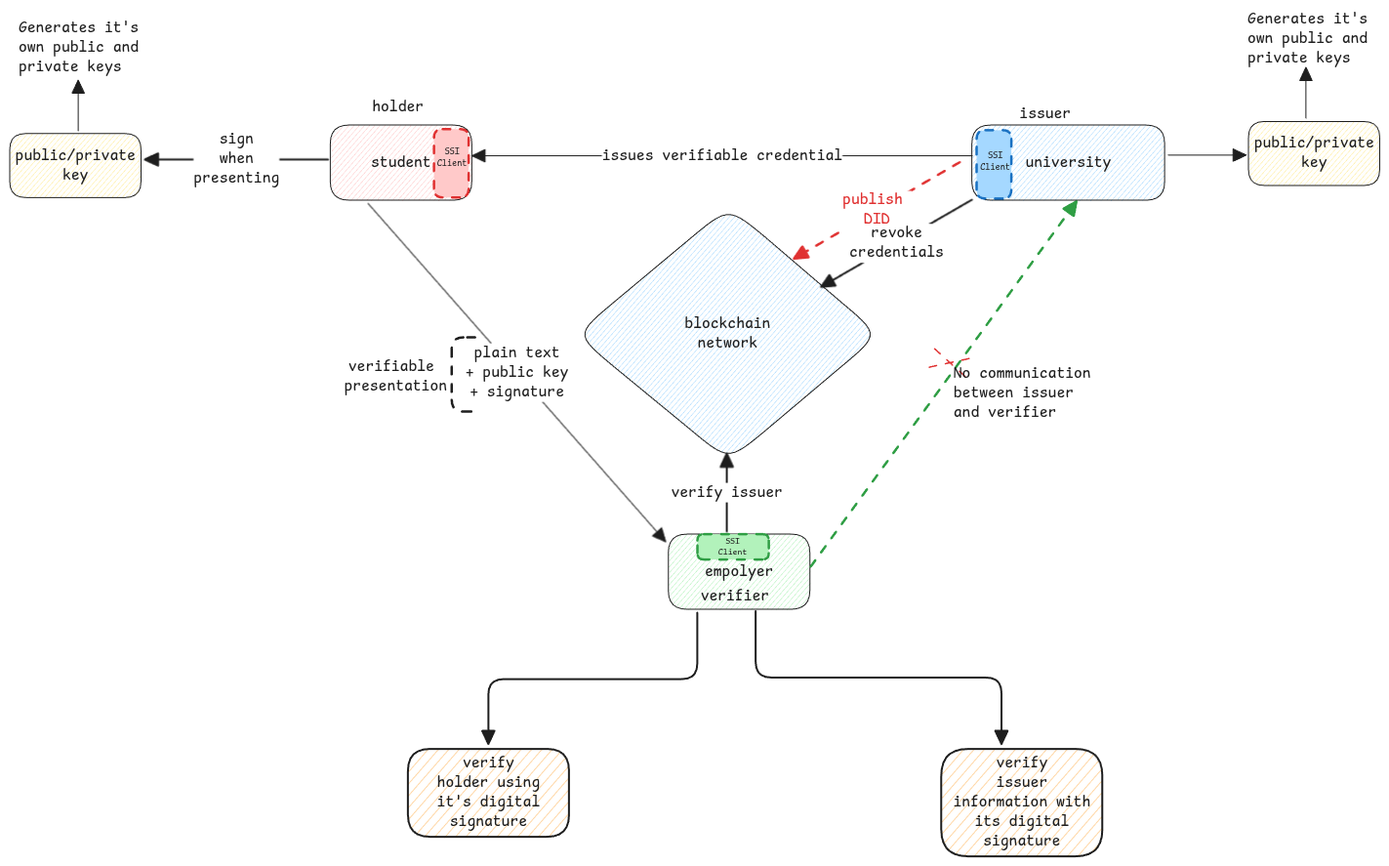
Earlier version of the Excalidraw export static/img/ssi.excalidraw.png (swaroopar/inprogress-engineer). Source tidied: one line per element, renumbered; positions are measured from the earlier drawing's top-left corner, leaving out a move shared by most shapes.
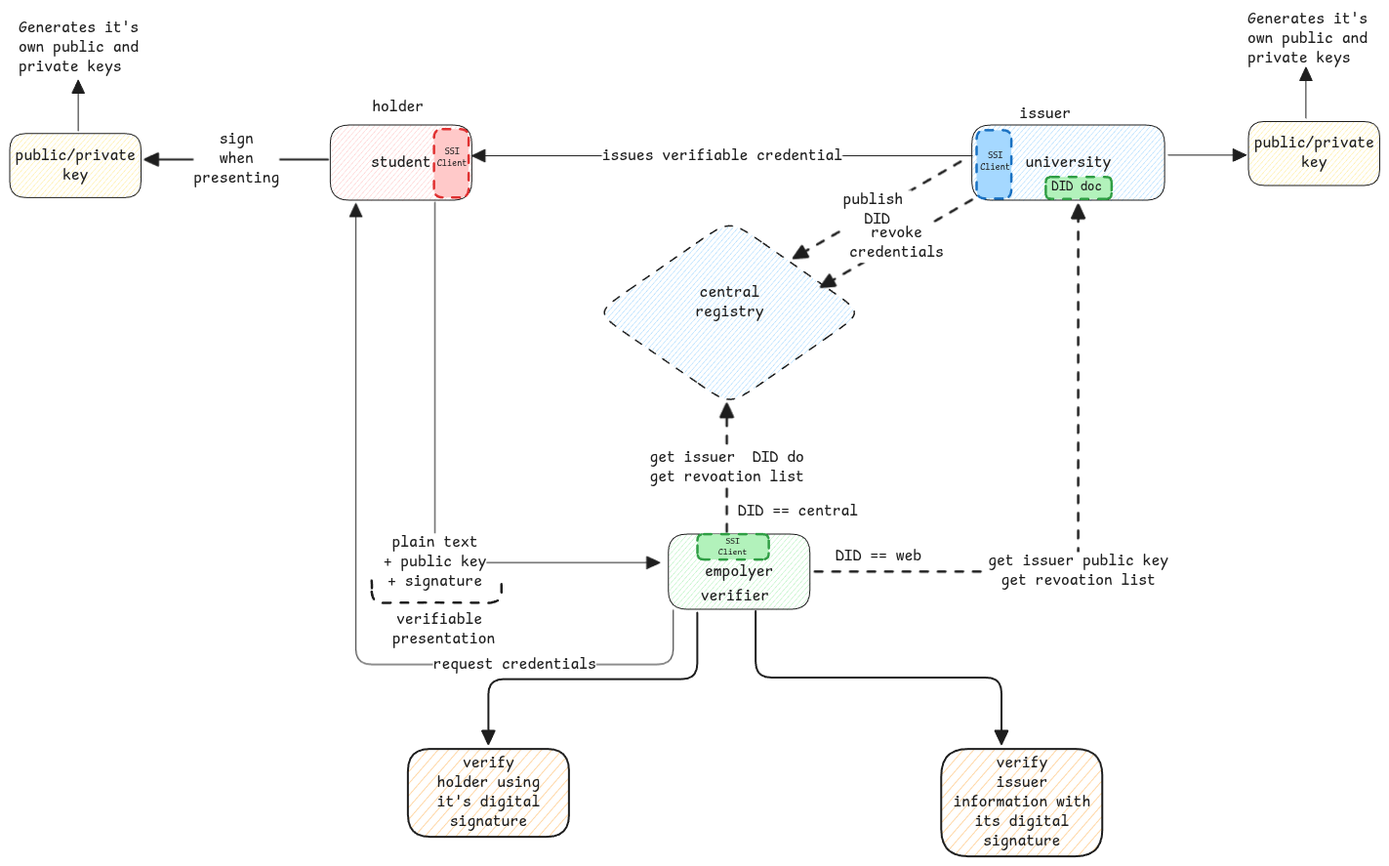
The same diagram one commit later.

The edit, as a diff of the source:
```diff
@@ -4,26 +4,22 @@
 {"id": 3, "type": "text", "text": "university", "strokeColor": "#1e1e1e", "strokeWidth": 1, "roughness": 0, "fontSize": 16, "fontFamily": 8, "textAlign": "center", "verticalAlign": "middle", "inside": 2, "x": 1040, "y": 147, "width": 88, "height": 20}
 {"id": 4, "type": "rectangle", "strokeColor": "#1e1e1e", "backgroundColor": "#b2f2bb", "fillStyle": "hachure", "strokeWidth": 1, "roughness": 0, "round": true, "x": 675, "y": 537, "width": 145, "height": 77}
 {"id": 5, "type": "text", "text": "empolyer", "strokeColor": "#1e1e1e", "strokeWidth": 1, "roughness": 0, "fontSize": 16, "fontFamily": 8, "textAlign": "center", "verticalAlign": "middle", "inside": 4, "x": 712, "y": 566, "width": 70, "height": 20}
-{"id": 6, "type": "diamond", "strokeColor": "#1e1e1e", "backgroundColor": "#a5d8ff", "fillStyle": "hachure", "strokeWidth": 1, "roughness": 0, "round": true, "x": 579, "y": 202, "width": 312, "height": 261}
+{"id": 6, "type": "diamond", "strokeColor": "#1e1e1e", "backgroundColor": "#a5d8ff", "fillStyle": "hachure", "strokeWidth": 1, "strokeStyle": "dashed", "roughness": 0, "round": true, "x": 601, "y": 215, "width": 273, "height": 190}
-{"id": 7, "type": "text", "text": "blockchain\nnetwork", "strokeColor": "#1e1e1e", "strokeWidth": 1, "roughness": 0, "fontSize": 16, "fontFamily": 8, "textAlign": "center", "verticalAlign": "middle", "inside": 6, "x": 691, "y": 312, "width": 88, "height": 40}
+{"id": 7, "type": "text", "text": "central\nregistry\n", "strokeColor": "#1e1e1e", "strokeWidth": 1, "roughness": 0, "fontSize": 16, "fontFamily": 8, "textAlign": "center", "verticalAlign": "middle", "inside": 6, "x": 702, "y": 280, "width": 70, "height": 60}
 {"id": 8, "type": "text", "text": "issuer", "strokeColor": "#1e1e1e", "strokeWidth": 1, "roughness": 0, "fontSize": 16, "fontFamily": 8, "x": 1034, "y": 97, "width": 53, "height": 20}
 {"id": 9, "type": "arrow", "strokeColor": "#1e1e1e", "strokeWidth": 1, "roughness": 0, "endArrowhead": "triangle", "round": true, "x": 986, "y": 150, "width": 513, "height": 0, "points": [[0, 0], [-513, 0]]}
 {"id": 10, "type": "text", "text": "issues verifiable credential", "strokeColor": "#1e1e1e", "strokeWidth": 1, "roughness": 0, "fontSize": 16, "fontFamily": 8, "textAlign": "center", "verticalAlign": "middle", "inside": 9, "x": 607, "y": 140, "width": 246, "height": 20}
-{"id": 11, "type": "arrow", "strokeColor": "#1e1e1e", "strokeWidth": 1, "roughness": 0, "endArrowhead": "triangle", "round": true, "from": 0, "to": 4, "x": 367, "y": 198, "width": 305, "height": 347, "points": [[0, 0], [305, 347]]}
+{"id": 11, "type": "arrow", "strokeColor": "#1e1e1e", "strokeWidth": 1, "roughness": 0, "endArrowhead": "triangle", "from": 26, "to": 4, "x": 436, "y": 197, "width": 231, "height": 369, "points": [[0, 0], [0, 369], [231, 369]]}
 {"id": 12, "type": "text", "text": "plain text\n+ public key\n+ signature", "strokeColor": "#1e1e1e", "strokeWidth": 1, "roughness": 0, "fontSize": 16, "fontFamily": 8, "textAlign": "center", "verticalAlign": "middle", "inside": 11, "x": 467, "y": 342, "width": 106, "height": 60}
 {"id": 13, "type": "rectangle", "strokeColor": "#1e1e1e", "backgroundColor": "#ffec99", "fillStyle": "hachure", "strokeWidth": 1, "roughness": 0, "round": true, "x": 1269, "y": 114, "width": 134, "height": 66}
 {"id": 14, "type": "text", "text": "public/private\nkey", "strokeColor": "#1e1e1e", "strokeWidth": 1, "roughness": 0, "fontSize": 16, "fontFamily": 8, "textAlign": "center", "verticalAlign": "middle", "inside": 13, "x": 1275, "y": 127, "width": 123, "height": 40}
 {"id": 15, "type": "arrow", "strokeColor": "#1e1e1e", "strokeWidth": 1, "roughness": 0, "endArrowhead": "triangle", "round": true, "to": 13, "x": 1187, "y": 149, "width": 80, "height": 0, "points": [[0, 0], [80, 0]]}
 {"id": 16, "type": "arrow", "strokeColor": "#1e1e1e", "strokeWidth": 1, "roughness": 0, "endArrowhead": "triangle", "round": true, "x": 1328, "y": 111, "width": 0, "height": 52, "points": [[0, 0], [0, -52]]}
 {"id": 17, "type": "text", "text": "Generates it's\nown public and \nprivate keys", "strokeColor": "#1e1e1e", "strokeWidth": 1, "roughness": 0, "fontSize": 16, "fontFamily": 8, "x": 1268, "y": 0, "width": 132, "height": 60}
-{"id": 18, "type": "arrow", "strokeColor": "#2f9e44", "strokeWidth": 2, "strokeStyle": "dashed", "roughness": 0, "endArrowhead": "triangle", "round": true, "from": 4, "to": 2, "x": 821, "y": 570, "width": 272, "height": 374, "points": [[0, 0], [272, -374]]}
-{"id": 19, "type": "line", "strokeColor": "#e03131", "strokeWidth": 1, "strokeStyle": "dashed", "roughness": 0, "round": true, "x": 947, "y": 347, "width": 36, "height": 32, "points": [[0, 0], [36, 32]]}
-{"id": 20, "type": "line", "strokeColor": "#e03131", "strokeWidth": 1, "strokeStyle": "dashed", "roughness": 0, "round": true, "x": 942, "y": 366, "width": 41, "height": 9, "points": [[0, 0], [41, -9]]}
-{"id": 21, "type": "text", "text": "No communication\nbetween issuer\nand verifier", "strokeColor": "#1e1e1e", "strokeWidth": 2, "strokeStyle": "dashed", "roughness": 0, "fontSize": 16, "fontFamily": 8, "x": 967, "y": 363, "width": 141, "height": 60}
 {"id": 22, "type": "text", "text": "verifier", "strokeColor": "#1e1e1e", "strokeWidth": 2, "strokeStyle": "dashed", "roughness": 0, "fontSize": 16, "fontFamily": 8, "x": 708, "y": 591, "width": 70, "height": 20}
 {"id": 23, "type": "text", "text": "holder", "strokeColor": "#1e1e1e", "strokeWidth": 2, "strokeStyle": "dashed", "roughness": 0, "fontSize": 16, "fontFamily": 8, "x": 371, "y": 90, "width": 53, "height": 20}
-{"id": 24, "type": "arrow", "strokeColor": "#e03131", "strokeWidth": 2, "strokeStyle": "dashed", "roughness": 0, "endArrowhead": "triangle", "round": true, "from": 2, "to": 6, "x": 973, "y": 156, "width": 170, "height": 99, "points": [[0, 0], [-170, 99]]}
+{"id": 24, "type": "arrow", "strokeColor": "#1e1e1e", "strokeWidth": 2, "strokeStyle": "dashed", "roughness": 0, "endArrowhead": "triangle", "round": true, "from": 2, "x": 974, "y": 155, "width": 171, "height": 99, "points": [[0, 0], [-171, 99]]}
-{"id": 25, "type": "text", "text": "publish \nDID", "strokeColor": "#e03131", "strokeWidth": 2, "strokeStyle": "dashed", "roughness": 0, "fontSize": 16, "fontFamily": 8, "textAlign": "center", "verticalAlign": "middle", "inside": 24, "x": 869, "y": 203, "width": 70, "height": 40}
+{"id": 25, "type": "text", "text": "publish \nDID", "strokeColor": "#1e1e1e", "strokeWidth": 2, "strokeStyle": "dashed", "roughness": 0, "fontSize": 16, "fontFamily": 8, "textAlign": "center", "verticalAlign": "middle", "inside": 24, "x": 853, "y": 185, "width": 70, "height": 40}
 {"id": 26, "type": "rectangle", "strokeColor": "#e03131", "backgroundColor": "#ffc9c9", "fillStyle": "solid", "strokeWidth": 2, "strokeStyle": "dashed", "roughness": 0, "round": true, "x": 435, "y": 122, "width": 36, "height": 70}
 {"id": 27, "type": "text", "text": "SSI\nClient", "strokeColor": "#1e1e1e", "strokeWidth": 2, "strokeStyle": "dashed", "roughness": 0, "fontSize": 9.33, "fontFamily": 8, "textAlign": "center", "x": 438, "y": 140, "width": 31, "height": 23}
 {"id": 28, "type": "rectangle", "strokeColor": "#1e1e1e", "backgroundColor": "#ffec99", "fillStyle": "hachure", "strokeWidth": 1, "roughness": 0, "round": true, "x": 0, "y": 127, "width": 134, "height": 66}
@@ -36,15 +32,23 @@
 {"id": 35, "type": "text", "text": "verify\nholder using\nit's digital\nsignature", "strokeColor": "#1e1e1e", "strokeWidth": 2, "roughness": 0, "fontSize": 16, "fontFamily": 8, "textAlign": "center", "verticalAlign": "middle", "inside": 34, "x": 438, "y": 762, "width": 106, "height": 80}
 {"id": 36, "type": "rectangle", "strokeColor": "#1e1e1e", "backgroundColor": "#ffd8a8", "fillStyle": "hachure", "strokeWidth": 2, "roughness": 0, "round": true, "x": 954, "y": 757, "width": 165, "height": 110}
 {"id": 37, "type": "text", "text": "verify\nissuer\ninformation with\nits digital\nsignature", "strokeColor": "#1e1e1e", "strokeWidth": 2, "roughness": 0, "fontSize": 16, "fontFamily": 8, "textAlign": "center", "verticalAlign": "middle", "inside": 36, "x": 966, "y": 762, "width": 141, "height": 100}
-{"id": 38, "type": "arrow", "strokeColor": "#1e1e1e", "strokeWidth": 2, "roughness": 0, "endArrowhead": "triangle", "round": true, "x": 735, "y": 535, "width": 0, "height": 80, "points": [[0, 0], [0, -80]]}
+{"id": 38, "type": "arrow", "strokeColor": "#1e1e1e", "strokeWidth": 2, "strokeStyle": "dashed", "roughness": 0, "endArrowhead": "triangle", "round": true, "from": 45, "x": 735, "y": 535, "width": 0, "height": 131, "points": [[0, 0], [0, -131]]}
-{"id": 39, "type": "text", "text": "verify issuer", "strokeColor": "#1e1e1e", "strokeWidth": 2, "roughness": 0, "fontSize": 16, "fontFamily": 8, "textAlign": "center", "verticalAlign": "middle", "inside": 38, "x": 677, "y": 485, "width": 114, "height": 20}
+{"id": 39, "type": "text", "text": "get issuer  DID do\nget revoation list", "strokeColor": "#1e1e1e", "strokeWidth": 2, "roughness": 0, "fontSize": 16, "fontFamily": 8, "textAlign": "center", "verticalAlign": "middle", "inside": 38, "x": 655, "y": 449, "width": 158, "height": 40}
 {"id": 40, "type": "rectangle", "strokeColor": "#1971c2", "backgroundColor": "#a5d8ff", "fillStyle": "solid", "strokeWidth": 2, "strokeStyle": "dashed", "roughness": 0, "round": true, "x": 991, "y": 123, "width": 36, "height": 70}
 {"id": 41, "type": "text", "text": "SSI\nClient", "strokeColor": "#1e1e1e", "strokeWidth": 2, "strokeStyle": "dashed", "roughness": 0, "fontSize": 9.33, "fontFamily": 8, "textAlign": "center", "x": 994, "y": 144, "width": 31, "height": 23}
-{"id": 42, "type": "arrow", "strokeColor": "#1e1e1e", "strokeWidth": 2, "roughness": 0, "endArrowhead": "triangle", "round": true, "x": 986, "y": 195, "width": 155, "height": 89, "points": [[0, 0], [-155, 89]]}
+{"id": 42, "type": "arrow", "strokeColor": "#1e1e1e", "strokeWidth": 2, "strokeStyle": "dashed", "roughness": 0, "endArrowhead": "triangle", "round": true, "x": 986, "y": 195, "width": 155, "height": 89, "points": [[0, 0], [-155, 89]]}
 {"id": 43, "type": "text", "text": "revoke\ncredentials", "strokeColor": "#1e1e1e", "strokeWidth": 2, "roughness": 0, "fontSize": 16, "fontFamily": 8, "textAlign": "center", "verticalAlign": "middle", "inside": 42, "x": 860, "y": 219, "width": 97, "height": 40}
 {"id": 44, "type": "rectangle", "strokeColor": "#2f9e44", "backgroundColor": "#b2f2bb", "fillStyle": "solid", "strokeWidth": 2, "strokeStyle": "dashed", "roughness": 0, "round": true, "x": 704, "y": 537, "width": 73, "height": 26}
 {"id": 45, "type": "text", "text": "SSI\nClient", "strokeColor": "#1e1e1e", "strokeWidth": 2, "strokeStyle": "dashed", "roughness": 0, "fontSize": 8.95, "fontFamily": 8, "textAlign": "center", "x": 726, "y": 539, "width": 30, "height": 22}
 {"id": 46, "type": "arrow", "strokeColor": "#1e1e1e", "strokeWidth": 2, "roughness": 0, "endArrowhead": "triangle", "from": 4, "to": 34, "x": 704, "y": 618, "width": 214, "height": 135, "points": [[0, 0], [0, 68], [-214, 68], [-214, 135]]}
 {"id": 47, "type": "arrow", "strokeColor": "#1e1e1e", "strokeWidth": 2, "roughness": 0, "endArrowhead": "triangle", "from": 22, "to": 36, "x": 764, "y": 616, "width": 252, "height": 136, "points": [[0, 0], [0, 68], [252, 68], [252, 136]]}
-{"id": 48, "type": "text", "text": "verifiable \npresentation", "strokeColor": "#1e1e1e", "strokeWidth": 2, "roughness": 1, "fontSize": 16, "fontFamily": 8, "textAlign": "center", "x": 342, "y": 356, "width": 106, "height": 40}
+{"id": 48, "type": "text", "text": "verifiable \npresentation", "strokeColor": "#1e1e1e", "strokeWidth": 2, "roughness": 1, "fontSize": 16, "fontFamily": 8, "textAlign": "center", "x": 392, "y": 615, "width": 106, "height": 40}
-{"id": 49, "type": "arrow", "strokeColor": "#1e1e1e", "strokeWidth": 2, "strokeStyle": "dashed", "roughness": 0, "x": 477, "y": 336, "width": 24, "height": 76, "points": [[0, 0], [-24, 0], [-24, 76], [0, 76]]}
+{"id": 50, "type": "arrow", "strokeColor": "#1e1e1e", "strokeWidth": 2, "strokeStyle": "dashed", "roughness": 0, "endArrowhead": "triangle", "from": 4, "to": 2, "x": 825, "y": 575, "width": 270, "height": 376, "points": [[0, 0], [270, 0], [270, -376]]}
+{"id": 51, "type": "text", "text": "get issuer public key\nget revoation list", "strokeColor": "#1e1e1e", "strokeWidth": 2, "strokeStyle": "dashed", "roughness": 0, "fontSize": 16, "fontFamily": 8, "textAlign": "center", "verticalAlign": "middle", "inside": 50, "x": 1002, "y": 555, "width": 185, "height": 40}
+{"id": 52, "type": "rectangle", "strokeColor": "#2f9e44", "backgroundColor": "#b2f2bb", "fillStyle": "solid", "strokeWidth": 2, "strokeStyle": "dashed", "roughness": 0, "round": true, "x": 1061, "y": 171, "width": 68, "height": 22}
+{"id": 53, "type": "text", "text": "DID doc", "strokeColor": "#1e1e1e", "backgroundColor": "#b2f2bb", "fillStyle": "solid", "strokeWidth": 2, "strokeStyle": "dashed", "roughness": 0, "fontSize": 13.4, "fontFamily": 8, "x": 1067, "y": 173, "width": 52, "height": 17}
+{"id": 54, "type": "text", "text": "DID == web", "strokeColor": "#1e1e1e", "backgroundColor": "#b2f2bb", "fillStyle": "solid", "strokeWidth": 2, "strokeStyle": "dashed", "roughness": 0, "fontSize": 16, "fontFamily": 8, "textAlign": "center", "x": 846, "y": 550, "width": 88, "height": 20}
+{"id": 55, "type": "text", "text": "DID == central", "strokeColor": "#1e1e1e", "backgroundColor": "#b2f2bb", "fillStyle": "solid", "strokeWidth": 2, "strokeStyle": "dashed", "roughness": 0, "fontSize": 16, "fontFamily": 8, "textAlign": "center", "x": 746, "y": 504, "width": 123, "height": 20}
+{"id": 56, "type": "arrow", "strokeColor": "#1e1e1e", "strokeWidth": 2, "strokeStyle": "dashed", "roughness": 1, "x": 371, "y": 585, "width": 133, "height": 23, "points": [[0, 0], [0, 23], [133, 23], [133, 0]]}
+{"id": 57, "type": "arrow", "strokeColor": "#1e1e1e", "strokeWidth": 1, "roughness": 0, "endArrowhead": "triangle", "from": 4, "x": 680, "y": 615, "width": 325, "height": 472, "points": [[0, 0], [0, 56], [-325, 56], [-325, -416]]}
+{"id": 58, "type": "text", "text": "request credentials", "strokeColor": "#1e1e1e", "strokeWidth": 1, "roughness": 0, "fontSize": 16, "fontFamily": 8, "textAlign": "center", "verticalAlign": "middle", "inside": 57, "x": 434, "y": 661, "width": 167, "height": 20}
```
